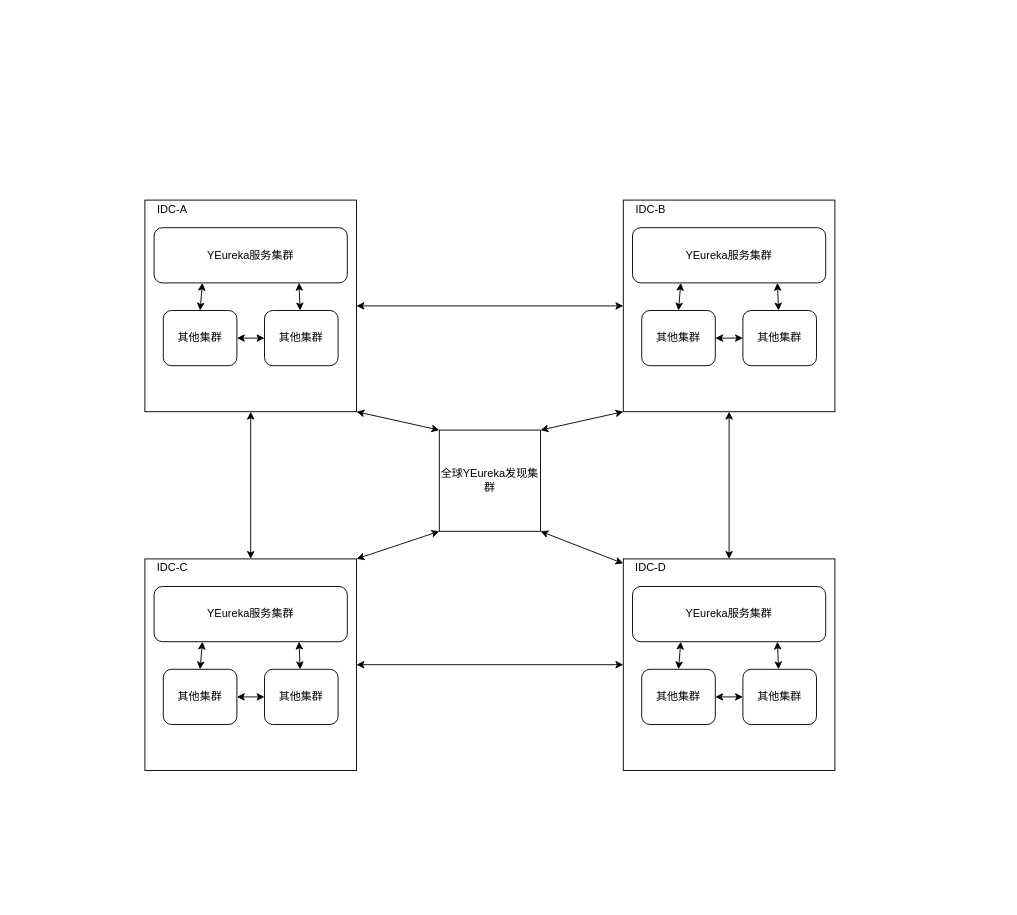
This is Untitled Diagram.drawio from Gred01/study, a draw.io file, before an edit. Source tidied: cells renumbered, new cells numbered last; positions are measured from the earlier drawing's top-left corner, leaving out a move shared by most shapes. Both pictures are drawn from the tidied source at 92%, with x=0, y=0 at pixel (144, 200).
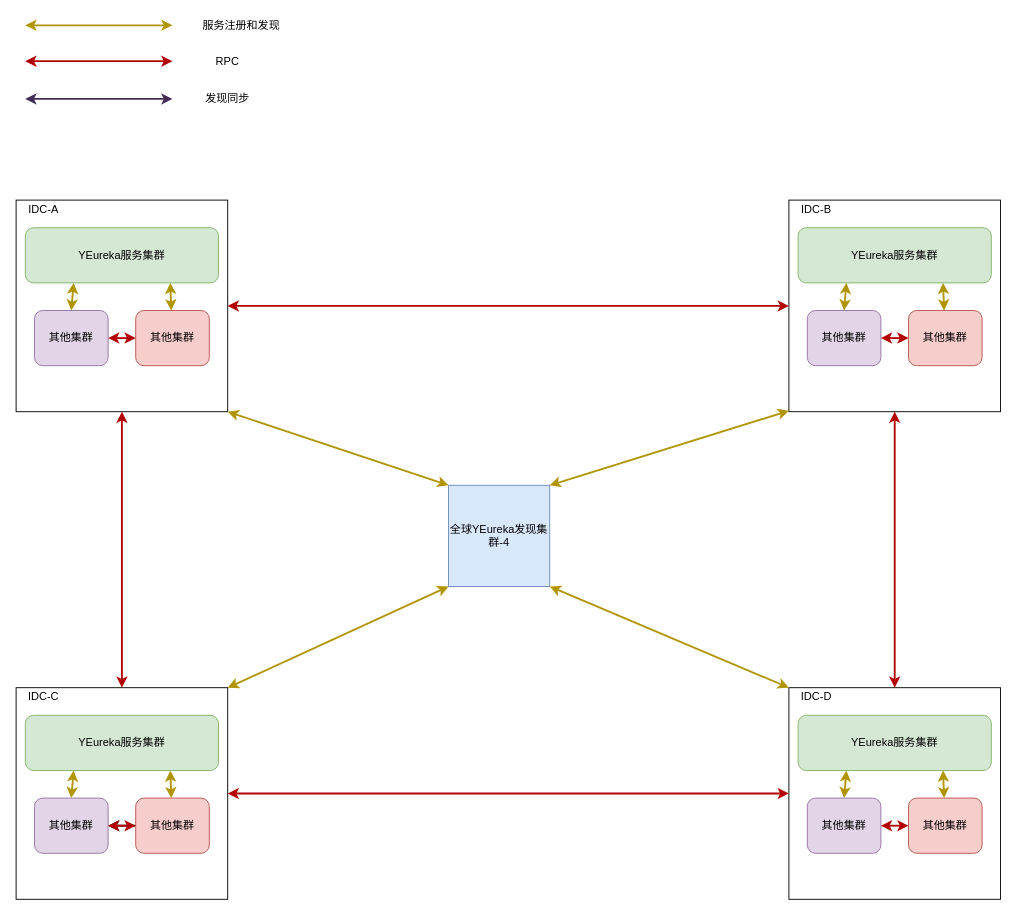
The same diagram, later.

What changed in the source:
```diff
@@
-    <mxCell id="2" style="whiteSpace=wrap;html=1;" parent="1" vertex="1">
-      <mxGeometry width="230" height="230" as="geometry" />
-    </mxCell>
-    <mxCell id="3" value="YEureka服务集群" style="rounded=1;whiteSpace=wrap;html=1;" parent="1" vertex="1">
-      <mxGeometry x="10" y="30" width="210" height="60" as="geometry" />
-    </mxCell>
+    <mxCell id="43" style="whiteSpace=wrap;html=1;" parent="1" vertex="1">
+      <mxGeometry x="-140" width="230" height="230" as="geometry" />
+    </mxCell>
+    <mxCell id="44" value="YEureka服务集群" style="rounded=1;whiteSpace=wrap;html=1;fillColor=#d5e8d4;strokeColor=#82b366;" parent="1" vertex="1">
+      <mxGeometry x="-130" y="30" width="210" height="60" as="geometry" />
+    </mxCell>
     <mxCell id="4" value="IDC-A" style="text;html=1;strokeColor=none;fillColor=none;align=center;verticalAlign=middle;whiteSpace=wrap;rounded=0;" parent="1" vertex="1">
-      <mxGeometry width="60" height="20" as="geometry" />
+      <mxGeometry x="-140" width="60" height="20" as="geometry" />
     </mxCell>
-    <mxCell id="5" value="其他集群" style="rounded=1;whiteSpace=wrap;html=1;" parent="1" vertex="1">
-      <mxGeometry x="130" y="120" width="80" height="60" as="geometry" />
-    </mxCell>
-    <mxCell id="6" style="endArrow=classic;startArrow=classic;html=1;exitX=0.75;exitY=1;exitDx=0;exitDy=0;" parent="1" edge="1" source="3" target="5">
-      <mxGeometry relative="1" as="geometry" />
-    </mxCell>
-    <mxCell id="7" value="其他集群" style="rounded=1;whiteSpace=wrap;html=1;" parent="1" vertex="1">
-      <mxGeometry x="20" y="120" width="80" height="60" as="geometry" />
-    </mxCell>
-    <mxCell id="8" style="endArrow=classic;startArrow=classic;html=1;exitX=0.5;exitY=0;exitDx=0;exitDy=0;entryX=0.25;entryY=1;entryDx=0;entryDy=0;" parent="1" edge="1" source="7" target="3">
-      <mxGeometry relative="1" as="geometry" />
-    </mxCell>
-    <mxCell id="9" style="endArrow=classic;startArrow=classic;html=1;entryX=0;entryY=0.5;entryDx=0;entryDy=0;" parent="1" edge="1" source="7" target="5">
-      <mxGeometry relative="1" as="geometry" />
-    </mxCell>
-    <mxCell id="10" value="全球YEureka发现集群" style="whiteSpace=wrap;html=1;" parent="1" vertex="1">
-      <mxGeometry x="320" y="250" width="110" height="110" as="geometry" />
-    </mxCell>
-    <mxCell id="11" style="whiteSpace=wrap;html=1;" parent="1" vertex="1">
-      <mxGeometry x="520" width="230" height="230" as="geometry" />
-    </mxCell>
-    <mxCell id="12" value="YEureka服务集群" style="rounded=1;whiteSpace=wrap;html=1;" parent="1" vertex="1">
-      <mxGeometry x="530" y="30" width="210" height="60" as="geometry" />
-    </mxCell>
+    <mxCell id="45" value="其他集群" style="rounded=1;whiteSpace=wrap;html=1;fillColor=#f8cecc;strokeColor=#b85450;" parent="1" vertex="1">
+      <mxGeometry x="-10" y="120" width="80" height="60" as="geometry" />
+    </mxCell>
+    <mxCell id="46" style="endArrow=classic;startArrow=classic;html=1;exitX=0.75;exitY=1;exitDx=0;exitDy=0;fillColor=#e3c800;strokeColor=#B09500;strokeWidth=2;" parent="1" edge="1" source="44" target="45">
+      <mxGeometry relative="1" as="geometry" />
+    </mxCell>
+    <mxCell id="47" value="其他集群" style="rounded=1;whiteSpace=wrap;html=1;fillColor=#e1d5e7;strokeColor=#9673a6;" parent="1" vertex="1">
+      <mxGeometry x="-120" y="120" width="80" height="60" as="geometry" />
+    </mxCell>
+    <mxCell id="48" style="endArrow=classic;startArrow=classic;html=1;exitX=0.5;exitY=0;exitDx=0;exitDy=0;entryX=0.25;entryY=1;entryDx=0;entryDy=0;fillColor=#e3c800;strokeColor=#B09500;strokeWidth=2;" parent="1" edge="1" source="47" target="44">
+      <mxGeometry relative="1" as="geometry" />
+    </mxCell>
+    <mxCell id="49" style="endArrow=classic;startArrow=classic;html=1;entryX=0;entryY=0.5;entryDx=0;entryDy=0;fillColor=#e51400;strokeColor=#B20000;strokeWidth=2;" parent="1" edge="1" source="47" target="45">
+      <mxGeometry relative="1" as="geometry" />
+    </mxCell>
+    <mxCell id="50" style="whiteSpace=wrap;html=1;" parent="1" vertex="1">
+      <mxGeometry x="700" width="230" height="230" as="geometry" />
+    </mxCell>
+    <mxCell id="51" value="YEureka服务集群" style="rounded=1;whiteSpace=wrap;html=1;fillColor=#d5e8d4;strokeColor=#82b366;" parent="1" vertex="1">
+      <mxGeometry x="710" y="30" width="210" height="60" as="geometry" />
+    </mxCell>
     <mxCell id="13" value="IDC-B" style="text;html=1;strokeColor=none;fillColor=none;align=center;verticalAlign=middle;whiteSpace=wrap;rounded=0;" parent="1" vertex="1">
-      <mxGeometry x="520" width="60" height="20" as="geometry" />
+      <mxGeometry x="700" width="60" height="20" as="geometry" />
     </mxCell>
-    <mxCell id="14" value="其他集群" style="rounded=1;whiteSpace=wrap;html=1;" parent="1" vertex="1">
-      <mxGeometry x="650" y="120" width="80" height="60" as="geometry" />
-    </mxCell>
-    <mxCell id="15" style="endArrow=classic;startArrow=classic;html=1;exitX=0.75;exitY=1;exitDx=0;exitDy=0;" parent="1" edge="1" source="12" target="14">
-      <mxGeometry relative="1" as="geometry" />
-    </mxCell>
-    <mxCell id="16" value="其他集群" style="rounded=1;whiteSpace=wrap;html=1;" parent="1" vertex="1">
-      <mxGeometry x="540" y="120" width="80" height="60" as="geometry" />
-    </mxCell>
-    <mxCell id="17" style="endArrow=classic;startArrow=classic;html=1;exitX=0.5;exitY=0;exitDx=0;exitDy=0;entryX=0.25;entryY=1;entryDx=0;entryDy=0;" parent="1" edge="1" source="16" target="12">
-      <mxGeometry relative="1" as="geometry" />
-    </mxCell>
-    <mxCell id="18" style="endArrow=classic;startArrow=classic;html=1;entryX=0;entryY=0.5;entryDx=0;entryDy=0;" parent="1" edge="1" source="16" target="14">
-      <mxGeometry relative="1" as="geometry" />
-    </mxCell>
-    <mxCell id="19" style="whiteSpace=wrap;html=1;" parent="1" vertex="1">
-      <mxGeometry y="390" width="230" height="230" as="geometry" />
-    </mxCell>
-    <mxCell id="20" value="YEureka服务集群" style="rounded=1;whiteSpace=wrap;html=1;" parent="1" vertex="1">
-      <mxGeometry x="10" y="420" width="210" height="60" as="geometry" />
-    </mxCell>
+    <mxCell id="52" value="其他集群" style="rounded=1;whiteSpace=wrap;html=1;fillColor=#f8cecc;strokeColor=#b85450;" parent="1" vertex="1">
+      <mxGeometry x="830" y="120" width="80" height="60" as="geometry" />
+    </mxCell>
+    <mxCell id="53" style="endArrow=classic;startArrow=classic;html=1;exitX=0.75;exitY=1;exitDx=0;exitDy=0;fillColor=#e3c800;strokeColor=#B09500;strokeWidth=2;" parent="1" edge="1" source="51" target="52">
+      <mxGeometry relative="1" as="geometry" />
+    </mxCell>
+    <mxCell id="54" value="其他集群" style="rounded=1;whiteSpace=wrap;html=1;fillColor=#e1d5e7;strokeColor=#9673a6;" parent="1" vertex="1">
+      <mxGeometry x="720" y="120" width="80" height="60" as="geometry" />
+    </mxCell>
+    <mxCell id="55" style="endArrow=classic;startArrow=classic;html=1;exitX=0.5;exitY=0;exitDx=0;exitDy=0;entryX=0.25;entryY=1;entryDx=0;entryDy=0;fillColor=#e3c800;strokeColor=#B09500;strokeWidth=2;" parent="1" edge="1" source="54" target="51">
+      <mxGeometry relative="1" as="geometry" />
+    </mxCell>
+    <mxCell id="56" style="endArrow=classic;startArrow=classic;html=1;entryX=0;entryY=0.5;entryDx=0;entryDy=0;fillColor=#e51400;strokeColor=#B20000;strokeWidth=2;" parent="1" edge="1" source="54" target="52">
+      <mxGeometry relative="1" as="geometry" />
+    </mxCell>
+    <mxCell id="57" style="whiteSpace=wrap;html=1;" parent="1" vertex="1">
+      <mxGeometry x="-140" y="530" width="230" height="230" as="geometry" />
+    </mxCell>
+    <mxCell id="58" value="YEureka服务集群" style="rounded=1;whiteSpace=wrap;html=1;fillColor=#d5e8d4;strokeColor=#82b366;" parent="1" vertex="1">
+      <mxGeometry x="-130" y="560" width="210" height="60" as="geometry" />
+    </mxCell>
     <mxCell id="21" value="IDC-C" style="text;html=1;strokeColor=none;fillColor=none;align=center;verticalAlign=middle;whiteSpace=wrap;rounded=0;" parent="1" vertex="1">
-      <mxGeometry y="390" width="60" height="20" as="geometry" />
+      <mxGeometry x="-140" y="530" width="60" height="20" as="geometry" />
     </mxCell>
-    <mxCell id="22" value="其他集群" style="rounded=1;whiteSpace=wrap;html=1;" parent="1" vertex="1">
-      <mxGeometry x="130" y="510" width="80" height="60" as="geometry" />
-    </mxCell>
-    <mxCell id="23" style="endArrow=classic;startArrow=classic;html=1;exitX=0.75;exitY=1;exitDx=0;exitDy=0;" parent="1" edge="1" source="20" target="22">
-      <mxGeometry relative="1" as="geometry" />
-    </mxCell>
-    <mxCell id="24" value="其他集群" style="rounded=1;whiteSpace=wrap;html=1;" parent="1" vertex="1">
-      <mxGeometry x="20" y="510" width="80" height="60" as="geometry" />
-    </mxCell>
-    <mxCell id="25" style="endArrow=classic;startArrow=classic;html=1;exitX=0.5;exitY=0;exitDx=0;exitDy=0;entryX=0.25;entryY=1;entryDx=0;entryDy=0;" parent="1" edge="1" source="24" target="20">
-      <mxGeometry relative="1" as="geometry" />
-    </mxCell>
-    <mxCell id="26" style="endArrow=classic;startArrow=classic;html=1;entryX=0;entryY=0.5;entryDx=0;entryDy=0;" parent="1" edge="1" source="24" target="22">
-      <mxGeometry relative="1" as="geometry" />
-    </mxCell>
-    <mxCell id="27" style="whiteSpace=wrap;html=1;" parent="1" vertex="1">
-      <mxGeometry x="520" y="390" width="230" height="230" as="geometry" />
-    </mxCell>
-    <mxCell id="28" value="YEureka服务集群" style="rounded=1;whiteSpace=wrap;html=1;" parent="1" vertex="1">
-      <mxGeometry x="530" y="420" width="210" height="60" as="geometry" />
-    </mxCell>
+    <mxCell id="59" style="edgeStyle=orthogonalEdgeStyle;rounded=0;jettySize=auto;html=1;strokeWidth=2;" parent="1" edge="1" source="60" target="62">
+      <mxGeometry relative="1" as="geometry" />
+    </mxCell>
+    <mxCell id="60" value="其他集群" style="rounded=1;whiteSpace=wrap;html=1;fillColor=#f8cecc;strokeColor=#b85450;" parent="1" vertex="1">
+      <mxGeometry x="-10" y="650" width="80" height="60" as="geometry" />
+    </mxCell>
+    <mxCell id="61" style="endArrow=classic;startArrow=classic;html=1;exitX=0.75;exitY=1;exitDx=0;exitDy=0;fillColor=#e3c800;strokeColor=#B09500;strokeWidth=2;" parent="1" edge="1" source="58" target="60">
+      <mxGeometry relative="1" as="geometry" />
+    </mxCell>
+    <mxCell id="62" value="其他集群" style="rounded=1;whiteSpace=wrap;html=1;fillColor=#e1d5e7;strokeColor=#9673a6;" parent="1" vertex="1">
+      <mxGeometry x="-120" y="650" width="80" height="60" as="geometry" />
+    </mxCell>
+    <mxCell id="63" style="endArrow=classic;startArrow=classic;html=1;exitX=0.5;exitY=0;exitDx=0;exitDy=0;entryX=0.25;entryY=1;entryDx=0;entryDy=0;fillColor=#e3c800;strokeColor=#B09500;strokeWidth=2;" parent="1" edge="1" source="62" target="58">
+      <mxGeometry relative="1" as="geometry" />
+    </mxCell>
+    <mxCell id="64" style="whiteSpace=wrap;html=1;" parent="1" vertex="1">
+      <mxGeometry x="700" y="530" width="230" height="230" as="geometry" />
+    </mxCell>
+    <mxCell id="65" value="YEureka服务集群" style="rounded=1;whiteSpace=wrap;html=1;fillColor=#d5e8d4;strokeColor=#82b366;" parent="1" vertex="1">
+      <mxGeometry x="710" y="560" width="210" height="60" as="geometry" />
+    </mxCell>
     <mxCell id="29" value="IDC-D" style="text;html=1;strokeColor=none;fillColor=none;align=center;verticalAlign=middle;whiteSpace=wrap;rounded=0;" parent="1" vertex="1">
-      <mxGeometry x="520" y="390" width="60" height="20" as="geometry" />
+      <mxGeometry x="700" y="530" width="60" height="20" as="geometry" />
     </mxCell>
-    <mxCell id="30" value="其他集群" style="rounded=1;whiteSpace=wrap;html=1;" parent="1" vertex="1">
-      <mxGeometry x="650" y="510" width="80" height="60" as="geometry" />
-    </mxCell>
-    <mxCell id="31" style="endArrow=classic;startArrow=classic;html=1;exitX=0.75;exitY=1;exitDx=0;exitDy=0;" parent="1" edge="1" source="28" target="30">
-      <mxGeometry relative="1" as="geometry" />
-    </mxCell>
-    <mxCell id="32" value="其他集群" style="rounded=1;whiteSpace=wrap;html=1;" parent="1" vertex="1">
-      <mxGeometry x="540" y="510" width="80" height="60" as="geometry" />
-    </mxCell>
-    <mxCell id="33" style="endArrow=classic;startArrow=classic;html=1;exitX=0.5;exitY=0;exitDx=0;exitDy=0;entryX=0.25;entryY=1;entryDx=0;entryDy=0;" parent="1" edge="1" source="32" target="28">
-      <mxGeometry relative="1" as="geometry" />
-    </mxCell>
-    <mxCell id="34" style="endArrow=classic;startArrow=classic;html=1;entryX=0;entryY=0.5;entryDx=0;entryDy=0;" parent="1" edge="1" source="32" target="30">
-      <mxGeometry relative="1" as="geometry" />
-    </mxCell>
-    <mxCell id="35" style="endArrow=classic;startArrow=classic;html=1;entryX=1;entryY=1;entryDx=0;entryDy=0;exitX=0;exitY=0;exitDx=0;exitDy=0;" parent="1" edge="1" source="10" target="2">
-      <mxGeometry relative="1" as="geometry" />
-    </mxCell>
-    <mxCell id="36" style="endArrow=classic;startArrow=classic;html=1;entryX=1;entryY=1;entryDx=0;entryDy=0;exitX=0;exitY=1;exitDx=0;exitDy=0;" parent="1" edge="1" source="10">
-      <mxGeometry relative="1" as="geometry">
-        <mxPoint x="230" y="390" as="targetPoint" />
-      </mxGeometry>
-    </mxCell>
-    <mxCell id="37" style="endArrow=classic;startArrow=classic;html=1;entryX=1;entryY=1;entryDx=0;entryDy=0;exitX=0;exitY=0.25;exitDx=0;exitDy=0;" parent="1" edge="1" source="29" target="10">
-      <mxGeometry relative="1" as="geometry" />
-    </mxCell>
-    <mxCell id="38" style="endArrow=classic;startArrow=classic;html=1;exitX=1;exitY=0;exitDx=0;exitDy=0;" parent="1" edge="1" source="10">
-      <mxGeometry relative="1" as="geometry">
-        <mxPoint x="520" y="230" as="targetPoint" />
-      </mxGeometry>
-    </mxCell>
-    <mxCell id="39" style="endArrow=classic;startArrow=classic;html=1;entryX=0.5;entryY=1;entryDx=0;entryDy=0;" parent="1" edge="1" source="19" target="2">
-      <mxGeometry relative="1" as="geometry" />
-    </mxCell>
-    <mxCell id="40" style="endArrow=classic;startArrow=classic;html=1;entryX=0;entryY=0.5;entryDx=0;entryDy=0;exitX=1;exitY=0.5;exitDx=0;exitDy=0;" parent="1" edge="1" source="19" target="27">
-      <mxGeometry relative="1" as="geometry" />
-    </mxCell>
-    <mxCell id="41" style="endArrow=classic;startArrow=classic;html=1;" parent="1" edge="1" source="11" target="27">
-      <mxGeometry relative="1" as="geometry" />
-    </mxCell>
-    <mxCell id="42" style="endArrow=classic;startArrow=classic;html=1;exitX=0;exitY=0.5;exitDx=0;exitDy=0;entryX=1;entryY=0.5;entryDx=0;entryDy=0;" parent="1" edge="1" source="11" target="2">
-      <mxGeometry relative="1" as="geometry" />
-    </mxCell>
+    <mxCell id="66" value="其他集群" style="rounded=1;whiteSpace=wrap;html=1;fillColor=#f8cecc;strokeColor=#b85450;" parent="1" vertex="1">
+      <mxGeometry x="830" y="650" width="80" height="60" as="geometry" />
+    </mxCell>
+    <mxCell id="67" style="endArrow=classic;startArrow=classic;html=1;exitX=0.75;exitY=1;exitDx=0;exitDy=0;fillColor=#e3c800;strokeColor=#B09500;strokeWidth=2;" parent="1" edge="1" source="65" target="66">
+      <mxGeometry relative="1" as="geometry" />
+    </mxCell>
+    <mxCell id="68" value="其他集群" style="rounded=1;whiteSpace=wrap;html=1;fillColor=#e1d5e7;strokeColor=#9673a6;" parent="1" vertex="1">
+      <mxGeometry x="720" y="650" width="80" height="60" as="geometry" />
+    </mxCell>
+    <mxCell id="69" style="endArrow=classic;startArrow=classic;html=1;exitX=0.5;exitY=0;exitDx=0;exitDy=0;entryX=0.25;entryY=1;entryDx=0;entryDy=0;fillColor=#e3c800;strokeColor=#B09500;strokeWidth=2;" parent="1" edge="1" source="68" target="65">
+      <mxGeometry relative="1" as="geometry" />
+    </mxCell>
+    <mxCell id="70" style="endArrow=classic;startArrow=classic;html=1;entryX=0;entryY=0.5;entryDx=0;entryDy=0;fillColor=#e51400;strokeColor=#B20000;strokeWidth=2;" parent="1" edge="1" source="68" target="66">
+      <mxGeometry relative="1" as="geometry" />
+    </mxCell>
+    <mxCell id="71" style="endArrow=classic;startArrow=classic;html=1;entryX=0.5;entryY=1;entryDx=0;entryDy=0;fillColor=#e51400;strokeColor=#B20000;strokeWidth=2;" parent="1" edge="1" source="57" target="43">
+      <mxGeometry relative="1" as="geometry" />
+    </mxCell>
+    <mxCell id="72" style="endArrow=classic;startArrow=classic;html=1;entryX=0;entryY=0.5;entryDx=0;entryDy=0;exitX=1;exitY=0.5;exitDx=0;exitDy=0;strokeWidth=2;fillColor=#e51400;strokeColor=#B20000;" parent="1" edge="1" source="57" target="64">
+      <mxGeometry relative="1" as="geometry" />
+    </mxCell>
+    <mxCell id="73" style="endArrow=classic;startArrow=classic;html=1;strokeWidth=2;fillColor=#e51400;strokeColor=#B20000;" parent="1" edge="1" source="50" target="64">
+      <mxGeometry relative="1" as="geometry" />
+    </mxCell>
+    <mxCell id="74" style="endArrow=classic;startArrow=classic;html=1;exitX=0;exitY=0.5;exitDx=0;exitDy=0;entryX=1;entryY=0.5;entryDx=0;entryDy=0;strokeWidth=2;fillColor=#e51400;strokeColor=#B20000;" parent="1" edge="1" source="50" target="43">
+      <mxGeometry relative="1" as="geometry" />
+    </mxCell>
+    <mxCell id="75" value="全球YEureka发现集群-4" style="whiteSpace=wrap;html=1;fillColor=#dae8fc;strokeColor=#6c8ebf;rounded=0;" parent="1" vertex="1">
+      <mxGeometry x="330" y="310" width="110" height="110" as="geometry" />
+    </mxCell>
+    <mxCell id="76" style="endArrow=classic;startArrow=classic;html=1;exitX=0;exitY=1;exitDx=0;exitDy=0;fillColor=#e3c800;strokeColor=#B09500;strokeWidth=2;" parent="1" edge="1" source="75">
+      <mxGeometry relative="1" as="geometry">
+        <mxPoint x="90" y="530" as="targetPoint" />
+      </mxGeometry>
+    </mxCell>
+    <mxCell id="77" style="endArrow=classic;startArrow=classic;html=1;entryX=1;entryY=1;entryDx=0;entryDy=0;exitX=0;exitY=0;exitDx=0;exitDy=0;fillColor=#e3c800;strokeColor=#B09500;strokeWidth=2;" parent="1" edge="1" source="75" target="43">
+      <mxGeometry relative="1" as="geometry" />
+    </mxCell>
+    <mxCell id="78" style="endArrow=classic;startArrow=classic;html=1;exitX=0;exitY=0;exitDx=0;exitDy=0;fillColor=#e3c800;strokeColor=#B09500;strokeWidth=2;entryX=1;entryY=1;entryDx=0;entryDy=0;" parent="1" edge="1" source="29" target="75">
+      <mxGeometry relative="1" as="geometry" />
+    </mxCell>
+    <mxCell id="79" style="endArrow=classic;startArrow=classic;html=1;exitX=0;exitY=0;exitDx=0;exitDy=0;fillColor=#e3c800;strokeColor=#B09500;strokeWidth=2;entryX=1;entryY=0;entryDx=0;entryDy=0;" parent="1" edge="1" target="75">
+      <mxGeometry relative="1" as="geometry">
+        <mxPoint x="700" y="229" as="sourcePoint" />
+      </mxGeometry>
+    </mxCell>
+    <mxCell id="80" style="endArrow=classic;startArrow=classic;html=1;fillColor=#e51400;strokeColor=#B20000;strokeWidth=2;" parent="1" edge="1">
+      <mxGeometry relative="1" as="geometry">
+        <mxPoint x="-130" y="-151" as="sourcePoint" />
+        <mxPoint x="30" y="-151" as="targetPoint" />
+      </mxGeometry>
+    </mxCell>
+    <mxCell id="81" style="endArrow=classic;startArrow=classic;html=1;fillColor=#76608a;strokeColor=#432D57;strokeWidth=2;" parent="1" edge="1">
+      <mxGeometry relative="1" as="geometry">
+        <mxPoint x="-130" y="-110" as="sourcePoint" />
+        <mxPoint x="30" y="-110" as="targetPoint" />
+      </mxGeometry>
+    </mxCell>
+    <mxCell id="82" style="endArrow=classic;startArrow=classic;html=1;fillColor=#e3c800;strokeColor=#B09500;strokeWidth=2;" parent="1" edge="1">
+      <mxGeometry relative="1" as="geometry">
+        <mxPoint x="-130" y="-190" as="sourcePoint" />
+        <mxPoint x="30" y="-190" as="targetPoint" />
+      </mxGeometry>
+    </mxCell>
+    <mxCell id="83" value="服务注册和发现" style="text;html=1;strokeColor=none;fillColor=none;align=center;verticalAlign=middle;whiteSpace=wrap;rounded=0;" parent="1" vertex="1">
+      <mxGeometry x="60" y="-200" width="90" height="20" as="geometry" />
+    </mxCell>
+    <mxCell id="84" value="RPC" style="text;html=1;strokeColor=none;fillColor=none;align=center;verticalAlign=middle;whiteSpace=wrap;rounded=0;" parent="1" vertex="1">
+      <mxGeometry x="60" y="-160" width="60" height="20" as="geometry" />
+    </mxCell>
+    <mxCell id="85" value="发现同步" style="text;html=1;strokeColor=none;fillColor=none;align=center;verticalAlign=middle;whiteSpace=wrap;rounded=0;" parent="1" vertex="1">
+      <mxGeometry x="60" y="-120" width="60" height="20" as="geometry" />
+    </mxCell>
+    <mxCell id="86" style="endArrow=classic;startArrow=classic;html=1;fillColor=#e51400;strokeColor=#B20000;strokeWidth=2;entryX=0;entryY=0.5;entryDx=0;entryDy=0;" parent="1" edge="1" target="60">
+      <mxGeometry relative="1" as="geometry">
+        <mxPoint x="-40" y="680" as="sourcePoint" />
+      </mxGeometry>
+    </mxCell>
```
